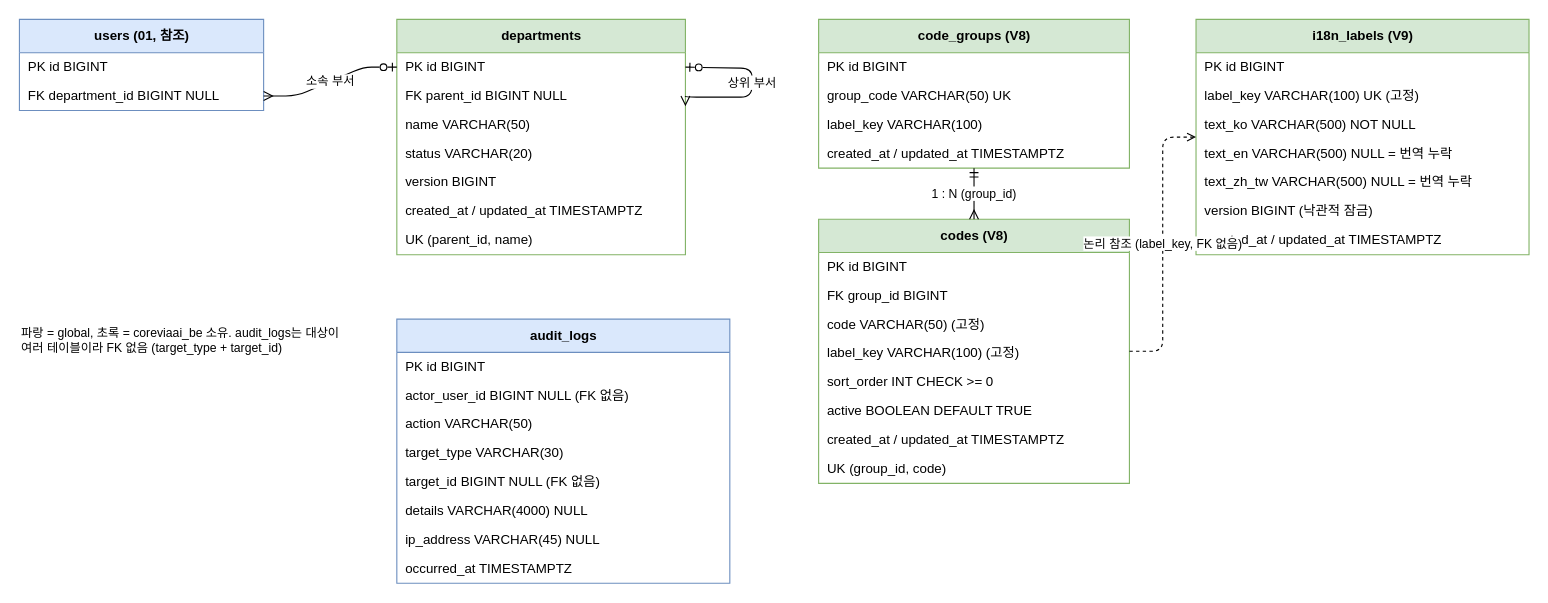
Earlier version of the draw.io diagram docs/erd/02-admin.drawio (WonikQnCKDT/CoreviaAI_BE). Source tidied: cells renumbered, new cells numbered last; positions are measured from the earlier drawing's top-left corner, leaving out a move shared by most shapes. Both pictures are drawn from the tidied source at 111%, with x=0, y=0 at pixel (19, 19).
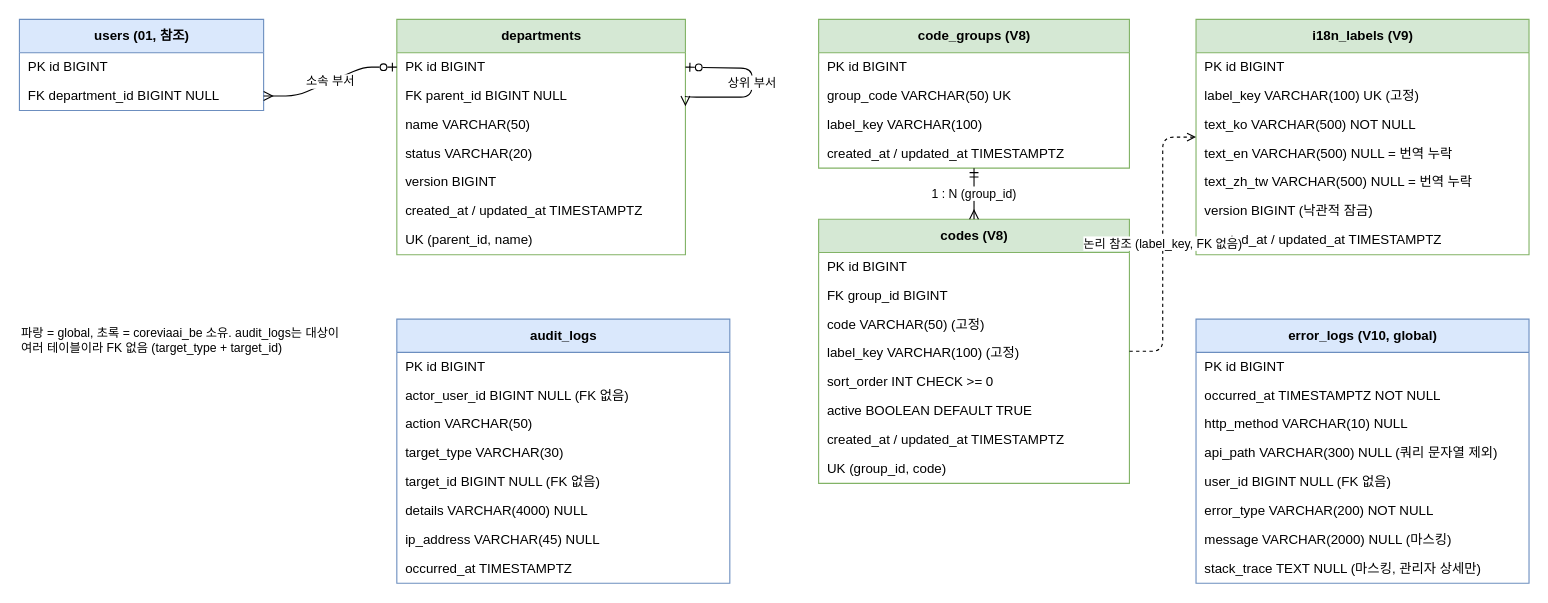
Above is the later version.

Change to the diagram source:
```diff
@@
+    <mxCell id="49" value="error_logs (V10, global)" style="swimlane;fontStyle=1;horizontal=1;startSize=30;fillColor=#dae8fc;strokeColor=#6c8ebf;html=1;" parent="1" vertex="1">
+      <mxGeometry x="1060" y="270" width="300" height="238" as="geometry" />
+    </mxCell>
+    <mxCell id="50" value="PK id BIGINT" style="text;strokeColor=none;fillColor=none;align=left;verticalAlign=middle;spacingLeft=6;html=1;" parent="49" vertex="1">
+      <mxGeometry y="30" width="300" height="26" as="geometry" />
+    </mxCell>
+    <mxCell id="51" value="occurred_at TIMESTAMPTZ NOT NULL" style="text;strokeColor=none;fillColor=none;align=left;verticalAlign=middle;spacingLeft=6;html=1;" parent="49" vertex="1">
+      <mxGeometry y="56" width="300" height="26" as="geometry" />
+    </mxCell>
+    <mxCell id="52" value="http_method VARCHAR(10) NULL" style="text;strokeColor=none;fillColor=none;align=left;verticalAlign=middle;spacingLeft=6;html=1;" parent="49" vertex="1">
+      <mxGeometry y="82" width="300" height="26" as="geometry" />
+    </mxCell>
+    <mxCell id="53" value="api_path VARCHAR(300) NULL (쿼리 문자열 제외)" style="text;strokeColor=none;fillColor=none;align=left;verticalAlign=middle;spacingLeft=6;html=1;" parent="49" vertex="1">
+      <mxGeometry y="108" width="300" height="26" as="geometry" />
+    </mxCell>
+    <mxCell id="54" value="user_id BIGINT NULL (FK 없음)" style="text;strokeColor=none;fillColor=none;align=left;verticalAlign=middle;spacingLeft=6;html=1;" parent="49" vertex="1">
+      <mxGeometry y="134" width="300" height="26" as="geometry" />
+    </mxCell>
+    <mxCell id="55" value="error_type VARCHAR(200) NOT NULL" style="text;strokeColor=none;fillColor=none;align=left;verticalAlign=middle;spacingLeft=6;html=1;" parent="49" vertex="1">
+      <mxGeometry y="160" width="300" height="26" as="geometry" />
+    </mxCell>
+    <mxCell id="56" value="message VARCHAR(2000) NULL (마스킹)" style="text;strokeColor=none;fillColor=none;align=left;verticalAlign=middle;spacingLeft=6;html=1;" parent="49" vertex="1">
+      <mxGeometry y="186" width="300" height="26" as="geometry" />
+    </mxCell>
+    <mxCell id="57" value="stack_trace TEXT NULL (마스킹, 관리자 상세만)" style="text;strokeColor=none;fillColor=none;align=left;verticalAlign=middle;spacingLeft=6;html=1;" parent="49" vertex="1">
+      <mxGeometry y="212" width="300" height="26" as="geometry" />
+    </mxCell>
```
